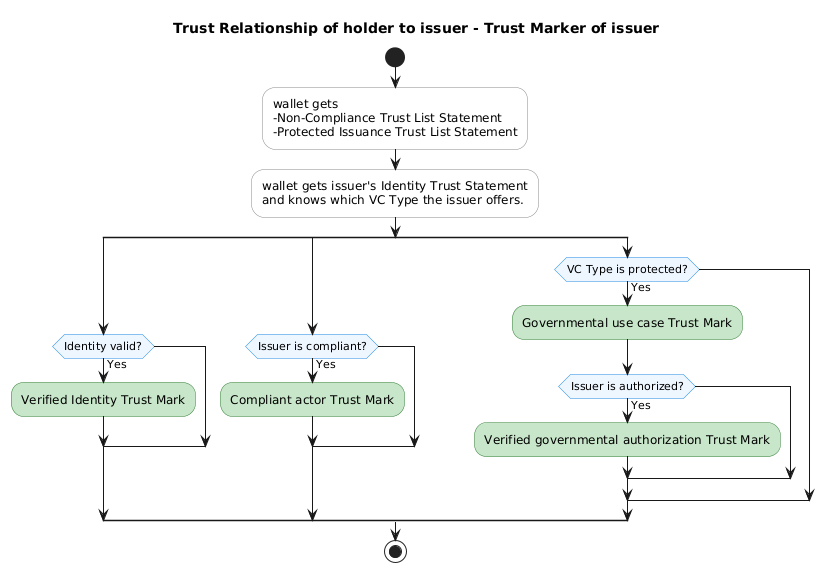
Above: assets/images/trust-relationship-holder-issuer.png in swiyu-admin-ch/swiyu-admin-ch.github.io (PlantUML), before the change. Source of this version:
```plantuml
@startuml
title Trust Relationship of holder to issuer - Trust Marker of issuer
title Trust Relationship of holder to issuer - Trust Marker of issuer
skinparam activity {
BackgroundColor White
BorderColor #888
DiamondBackgroundColor #eef6ff
DiamondBorderColor #1e88e5
BackgroundColor<<ok>>   #C8E6C9
BorderColor<<ok>>       #2E7D32
}
skinparam shadowing false
skinparam ConditionEndStyle hline
hide stereotype
!pragma useVerticalIf on
start
:wallet gets\n-Non-Compliance Trust List Statement\n-Protected Issuance Trust List Statement;
:wallet gets issuer's Identity Trust Statement\nand knows which VC Type the issuer offers.;
split
if (Identity valid?) then (Yes)
:Verified Identity Trust Mark; <<ok>>
endif
split again
if (Issuer is compliant?) then (Yes)
:Compliant actor Trust Mark; <<ok>>
endif
split again
if (VC Type is protected?) then (Yes)
:Governmental use case Trust Mark; <<ok>>
if (Issuer is authorized?) then (Yes)
:Verified governmental authorization Trust Mark; <<ok>>
endif
endif
end split
stop
@enduml
```
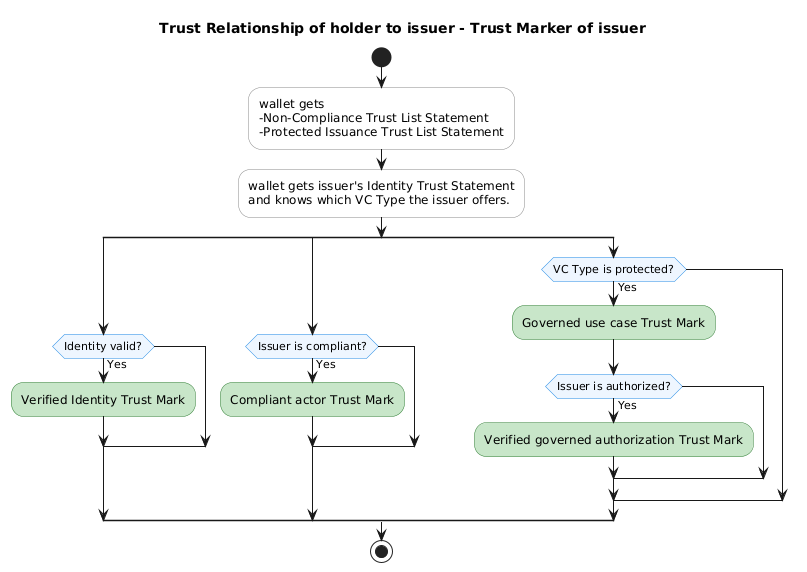
Above is the later version.

The edit, as a diff of the source:
```diff
@@ -26,9 +26,9 @@
 endif
 split again
 if (VC Type is protected?) then (Yes)
-:Governmental use case Trust Mark; <<ok>>
+:Governed use case Trust Mark; <<ok>>
 if (Issuer is authorized?) then (Yes)
-:Verified governmental authorization Trust Mark; <<ok>>
+:Verified governed authorization Trust Mark; <<ok>>
 endif
 endif
 end split
```
